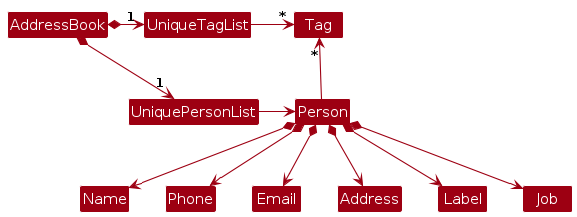
This is diagrams/BetterModelClassDiagram.png from AY2425S2-CS2103T-T16-3/tp, a PlantUML export, as it was before one commit. Its source is kept beside it as diagrams/BetterModelClassDiagram.puml. Source of this version:
```plantuml
@startuml
!include style.puml
skinparam arrowThickness 1.1
skinparam arrowColor MODEL_COLOR
skinparam classBackgroundColor MODEL_COLOR

AddressBook *-right-> "1" UniquePersonList
AddressBook *-right-> "1" UniqueTagList
UniqueTagList -[hidden]down- UniquePersonList
UniqueTagList -[hidden]down- UniquePersonList

UniqueTagList -right-> "*" Tag
UniquePersonList -right-> Person

Person -up-> "*" Tag

Person *--> Name
Person *--> Phone
Person *--> Email
Person *--> Address
Person *--> Label
Person *--> Job
@enduml
```
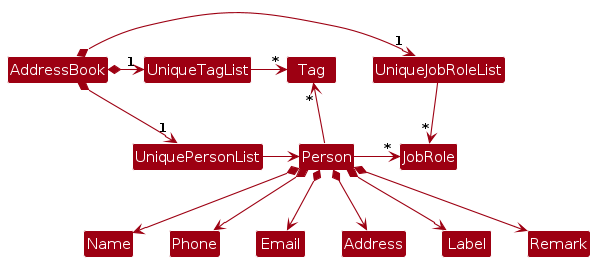
Later version of the same file.

The edit, as a diff of the source:
```diff
@@ -4,6 +4,7 @@
 skinparam arrowColor MODEL_COLOR
 skinparam classBackgroundColor MODEL_COLOR
 
+AddressBook *-right-> "1" UniqueJobRoleList
 AddressBook *-right-> "1" UniquePersonList
 AddressBook *-right-> "1" UniqueTagList
 UniqueTagList -[hidden]down- UniquePersonList
@@ -11,13 +12,15 @@
 
 UniqueTagList -right-> "*" Tag
 UniquePersonList -right-> Person
+UniqueJobRoleList -down-> "*" JobRole
 
 Person -up-> "*" Tag
+Person -right-> "*" JobRole
 
 Person *--> Name
 Person *--> Phone
 Person *--> Email
 Person *--> Address
 Person *--> Label
-Person *--> Job
+Person *--> Remark
 @enduml
```
